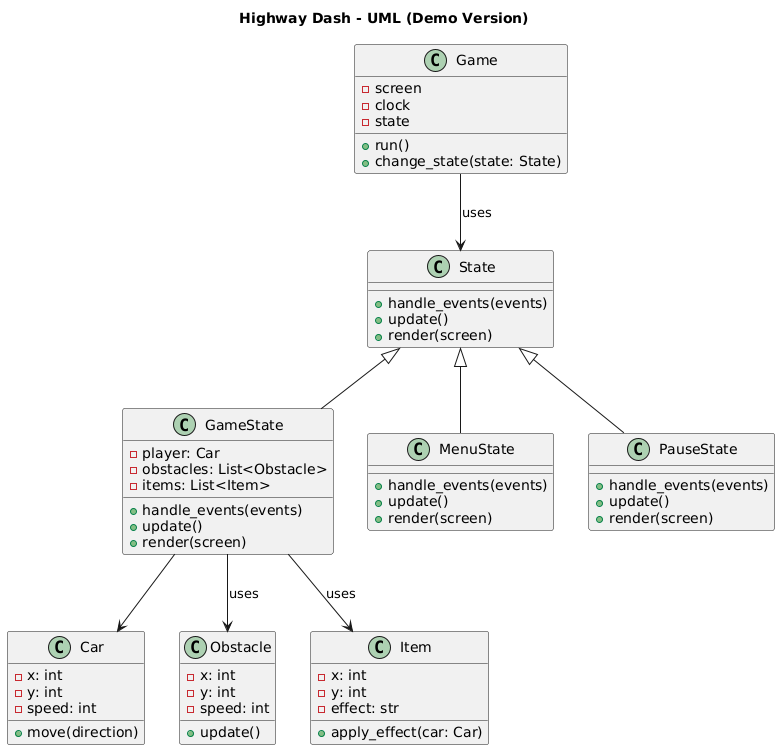
Above: Highway Dash - UML.png in WirllySilva/HighwayDash (PlantUML), before the change.
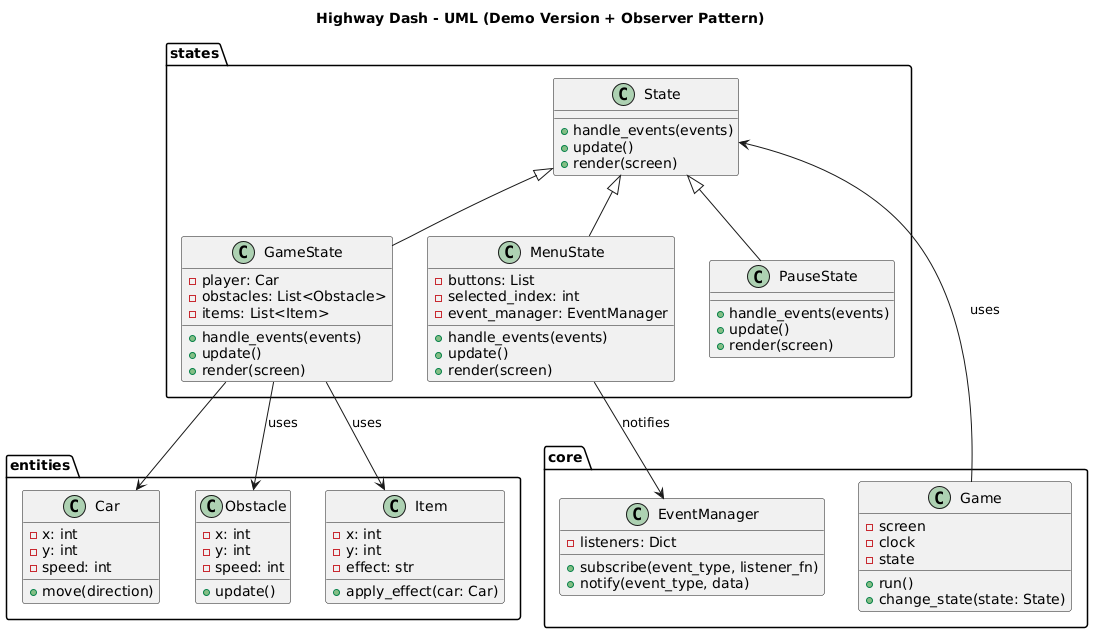
The same diagram one commit later.

Commit message:
add the uml-diagram and update the uml.png

Change to the diagram source:
```diff
@@ -1,67 +1,85 @@
 @startuml
-title Highway Dash - UML (Demo Version)
+title Highway Dash - UML (Demo Version + Observer Pattern)
 
-class Game {
-  - screen
-  - clock
-  - state
-  + run()
-  + change_state(state: State)
+package core {
+  class Game {
+    - screen
+    - clock
+    - state
+    + run()
+    + change_state(state: State)
+  }
+
+  class EventManager {
+    - listeners: Dict
+    + subscribe(event_type, listener_fn)
+    + notify(event_type, data)
+  }
 }
 
-class State {
-  + handle_events(events)
-  + update()
-  + render(screen)
+package states {
+  class State {
+    + handle_events(events)
+    + update()
+    + render(screen)
+  }
+
+  class GameState {
+    - player: Car
+    - obstacles: List<Obstacle>
+    - items: List<Item>
+    + handle_events(events)
+    + update()
+    + render(screen)
+  }
+
+  class MenuState {
+    - buttons: List
+    - selected_index: int
+    - event_manager: EventManager
+    + handle_events(events)
+    + update()
+    + render(screen)
+  }
+
+  class PauseState {
+    + handle_events(events)
+    + update()
+    + render(screen)
+  }
 }
 
-class GameState {
-  - player: Car
-  - obstacles: List<Obstacle>
-  - items: List<Item>
-  + handle_events(events)
-  + update()
-  + render(screen)
-}
+package entities {
+  class Car {
+    - x: int
+    - y: int
+    - speed: int
+    + move(direction)
+  }
 
-class MenuState {
-  + handle_events(events)
-  + update()
-  + render(screen)
-}
+  class Obstacle {
+    - x: int
+    - y: int
+    - speed: int
+    + update()
+  }
 
-class PauseState {
-  + handle_events(events)
-  + update()
-  + render(screen)
-}
-
-class Car {
-  - x: int
-  - y: int
-  - speed: int
-  + move(direction)
-}
-
-class Obstacle {
-  - x: int
-  - y: int
-  - speed: int
-  + update()
-}
-
-class Item {
-  - x: int
-  - y: int
-  - effect: str
-  + apply_effect(car: Car)
+  class Item {
+    - x: int
+    - y: int
+    - effect: str
+    + apply_effect(car: Car)
+  }
 }
 
 Game --> State : uses
 State <|-- GameState
 State <|-- MenuState
 State <|-- PauseState
+
 GameState --> Car
 GameState --> Obstacle : uses
 GameState --> Item : uses
+
+MenuState --> EventManager : notifies
 @enduml
```
